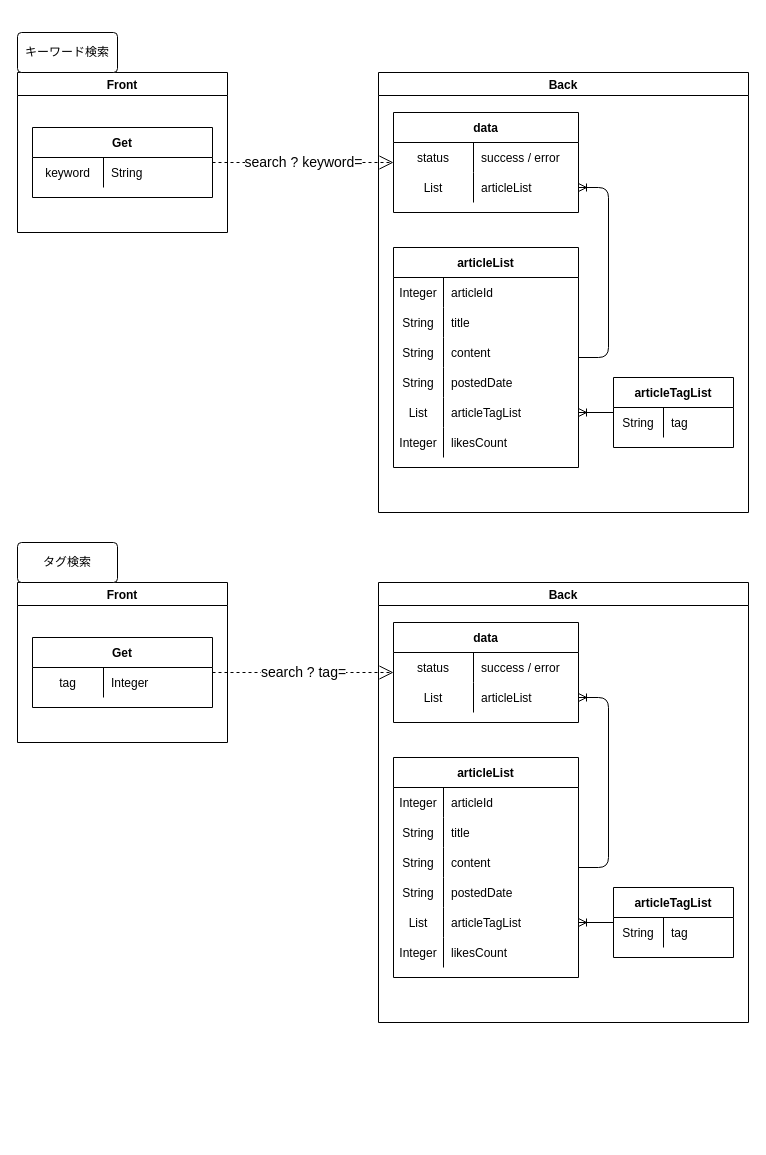
Earlier version of the draw.io diagram page "[検索]記事一覧" (3 of 17) of Designs/基本設計.drawio (yusuke-rakus/Qiish). Source tidied: cells renumbered, new cells numbered last; positions are measured from the earlier drawing's top-left corner, leaving out a move shared by most shapes. Both pictures are drawn from the tidied source at 100%, with x=0, y=0 at pixel (17, 32).
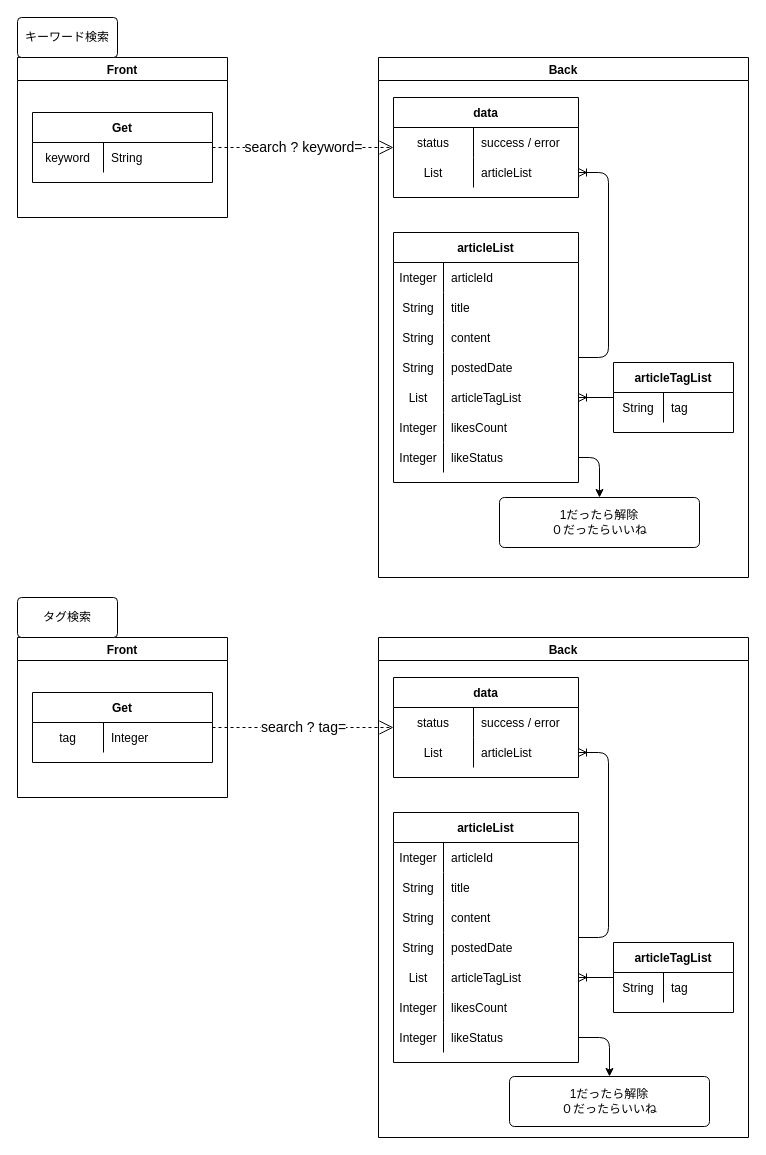
The same diagram, later.

Change to the diagram source:
```diff
@@
     <mxCell id="2" value="Back" style="swimlane;" parent="1" vertex="1">
-      <mxGeometry x="361" y="40" width="370" height="440" as="geometry" />
+      <mxGeometry x="361" y="25" width="370" height="520" as="geometry" />
     </mxCell>
@@
     <mxCell id="10" value="articleList" style="shape=table;startSize=30;childLayout=tableLayout;rowLines=0;fontStyle=1;align=center;" parent="2" vertex="1">
-      <mxGeometry x="15" y="175" width="185" height="220" as="geometry" />
+      <mxGeometry x="15" y="175" width="185" height="250" as="geometry" />
     </mxCell>
@@
+    <mxCell id="82" style="shape=partialRectangle;fillColor=none;top=0;left=0;bottom=0;right=0;points=[[0,0.5],[1,0.5]];portConstraint=eastwest;" parent="10" vertex="1">
+      <mxGeometry y="210" width="185" height="30" as="geometry" />
+    </mxCell>
+    <mxCell id="83" value="Integer" style="shape=partialRectangle;fillColor=none;top=0;left=0;bottom=0;right=0;overflow=hidden;" parent="82" vertex="1">
+      <mxGeometry width="50" height="30" as="geometry" />
+    </mxCell>
+    <mxCell id="84" value="likeStatus" style="shape=partialRectangle;fillColor=none;top=0;left=0;bottom=0;right=0;align=left;spacingLeft=6;overflow=hidden;" parent="82" vertex="1">
+      <mxGeometry x="50" width="135" height="30" as="geometry" />
+    </mxCell>
@@
+    <mxCell id="85" value="1だったら解除&lt;br&gt;０だったらいいね" style="rounded=1;arcSize=10;whiteSpace=wrap;html=1;align=center;" parent="2" vertex="1">
+      <mxGeometry x="121" y="440" width="200" height="50" as="geometry" />
+    </mxCell>
+    <mxCell id="86" style="edgeStyle=orthogonalEdgeStyle;html=1;exitX=1;exitY=0.5;exitDx=0;exitDy=0;" parent="2" edge="1" source="82" target="85">
+      <mxGeometry relative="1" as="geometry" />
+    </mxCell>
@@
     <mxCell id="36" value="Front" style="swimlane;" parent="1" vertex="1">
-      <mxGeometry y="40" width="210" height="160" as="geometry" />
+      <mxGeometry y="25" width="210" height="160" as="geometry" />
     </mxCell>
@@
     <mxCell id="41" value="Back" style="swimlane;" parent="1" vertex="1">
-      <mxGeometry x="361" y="550" width="370" height="440" as="geometry" />
+      <mxGeometry x="361" y="605" width="370" height="500" as="geometry" />
     </mxCell>
@@
     <mxCell id="49" value="articleList" style="shape=table;startSize=30;childLayout=tableLayout;rowLines=0;fontStyle=1;align=center;" parent="41" vertex="1">
-      <mxGeometry x="15" y="175" width="185" height="220" as="geometry" />
+      <mxGeometry x="15" y="175" width="185" height="250" as="geometry" />
     </mxCell>
@@
+    <mxCell id="87" style="shape=partialRectangle;fillColor=none;top=0;left=0;bottom=0;right=0;points=[[0,0.5],[1,0.5]];portConstraint=eastwest;" parent="49" vertex="1">
+      <mxGeometry y="210" width="185" height="30" as="geometry" />
+    </mxCell>
+    <mxCell id="88" value="Integer" style="shape=partialRectangle;fillColor=none;top=0;left=0;bottom=0;right=0;overflow=hidden;" parent="87" vertex="1">
+      <mxGeometry width="50" height="30" as="geometry" />
+    </mxCell>
+    <mxCell id="89" value="likeStatus" style="shape=partialRectangle;fillColor=none;top=0;left=0;bottom=0;right=0;align=left;spacingLeft=6;overflow=hidden;" parent="87" vertex="1">
+      <mxGeometry x="50" width="135" height="30" as="geometry" />
+    </mxCell>
@@
+    <mxCell id="90" value="1だったら解除&lt;br&gt;０だったらいいね" style="rounded=1;arcSize=10;whiteSpace=wrap;html=1;align=center;" parent="41" vertex="1">
+      <mxGeometry x="131" y="439" width="200" height="50" as="geometry" />
+    </mxCell>
+    <mxCell id="91" style="edgeStyle=orthogonalEdgeStyle;html=1;exitX=1;exitY=0.5;exitDx=0;exitDy=0;" parent="41" edge="1" source="87" target="90">
+      <mxGeometry relative="1" as="geometry" />
+    </mxCell>
@@
     <mxCell id="75" value="Front" style="swimlane;" parent="1" vertex="1">
-      <mxGeometry y="550" width="210" height="160" as="geometry" />
+      <mxGeometry y="605" width="210" height="160" as="geometry" />
     </mxCell>
@@
     <mxCell id="80" value="キーワード検索" style="rounded=1;arcSize=10;whiteSpace=wrap;html=1;align=center;" parent="1" vertex="1">
-      <mxGeometry width="100" height="40" as="geometry" />
+      <mxGeometry y="-15" width="100" height="40" as="geometry" />
     </mxCell>
     <mxCell id="81" value="タグ検索" style="rounded=1;arcSize=10;whiteSpace=wrap;html=1;align=center;" parent="1" vertex="1">
-      <mxGeometry y="510" width="100" height="40" as="geometry" />
+      <mxGeometry y="565" width="100" height="40" as="geometry" />
     </mxCell>
```
